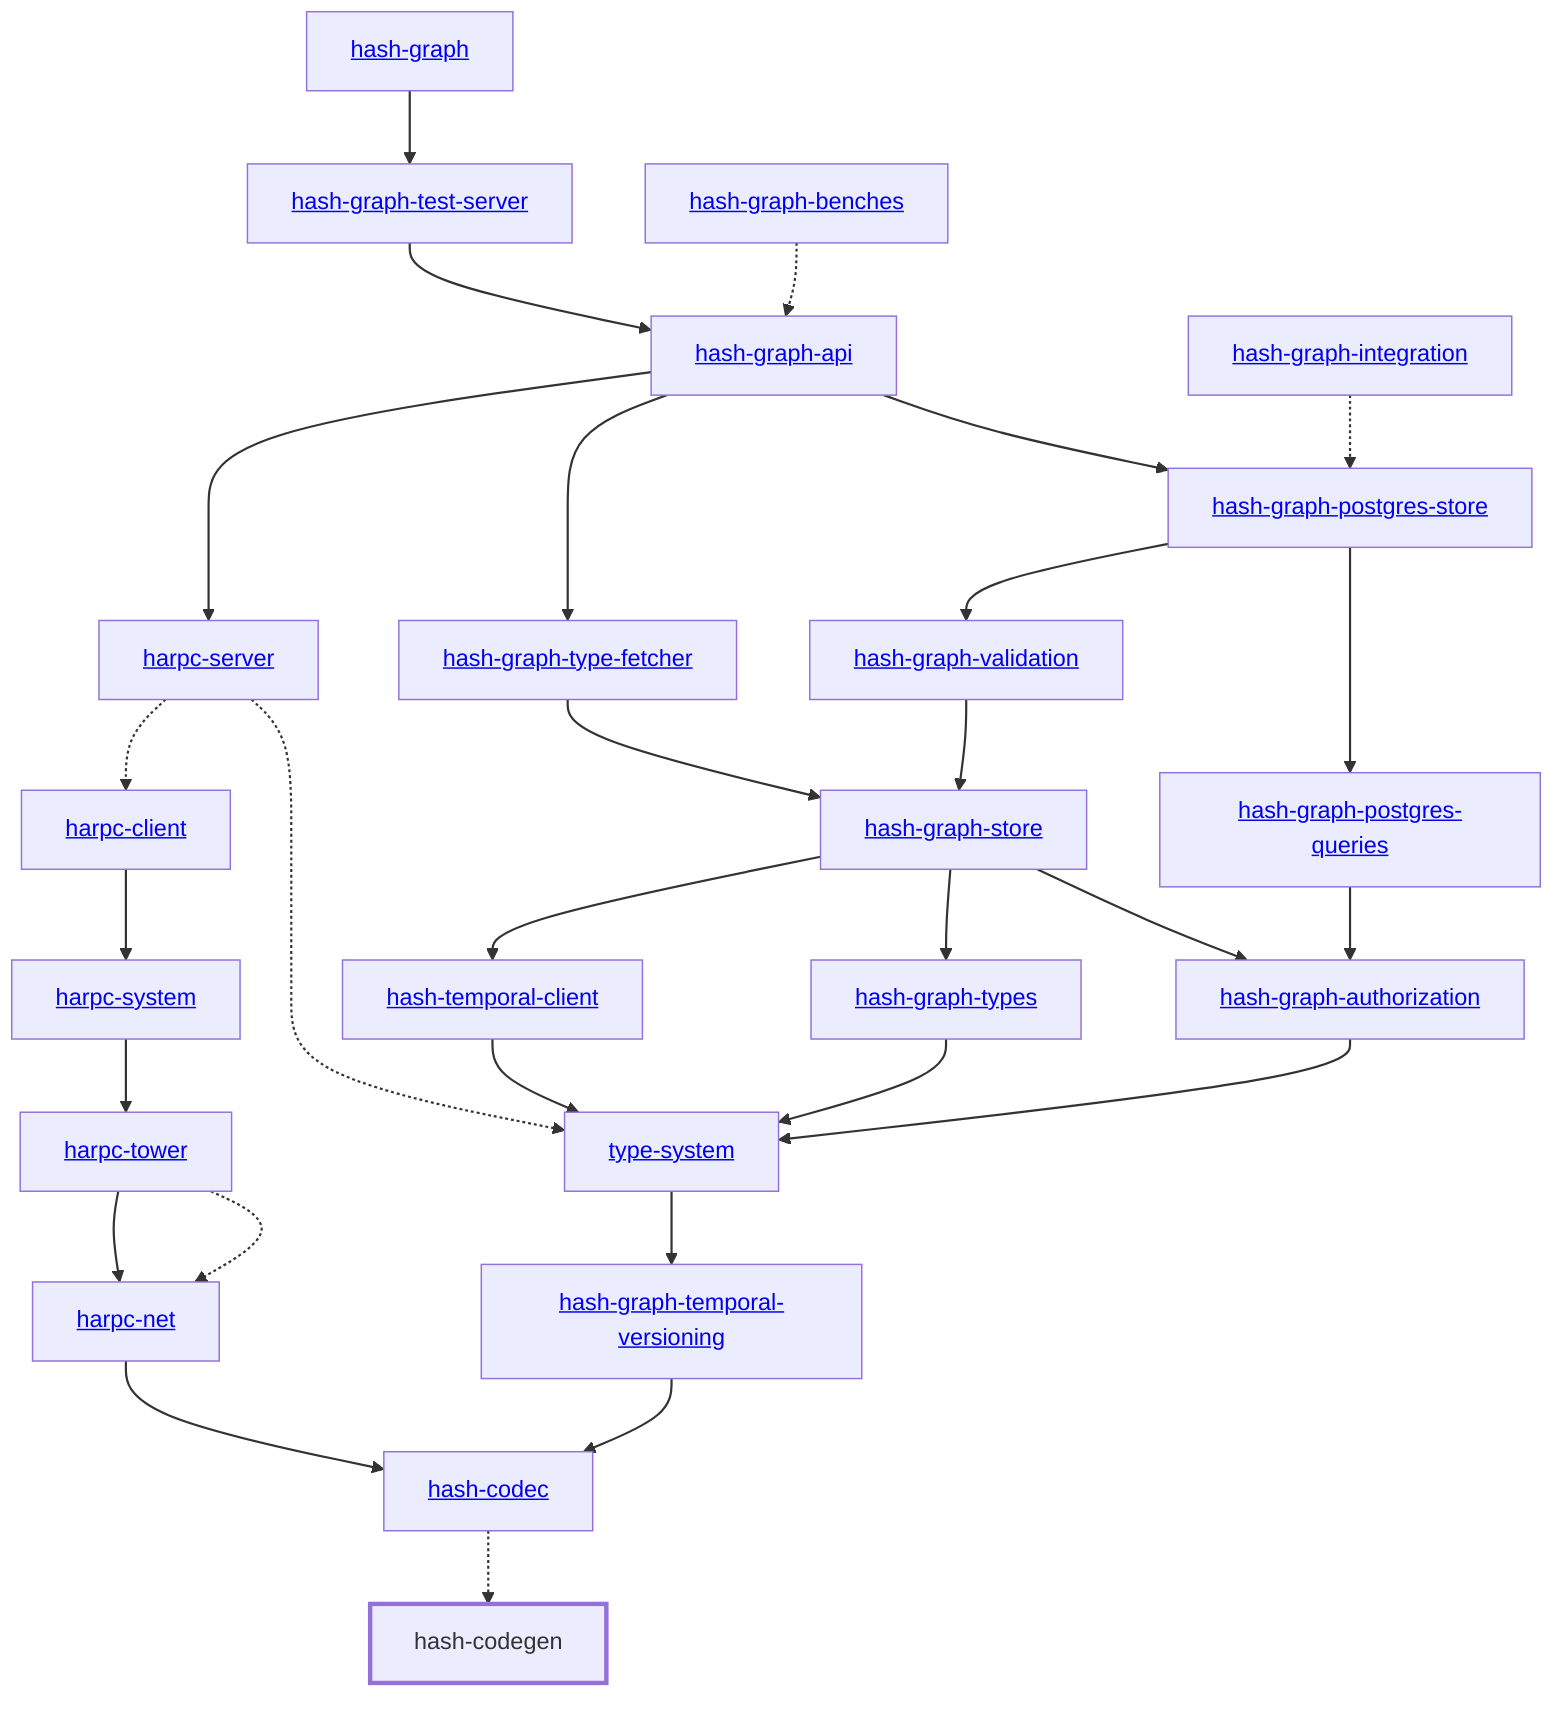
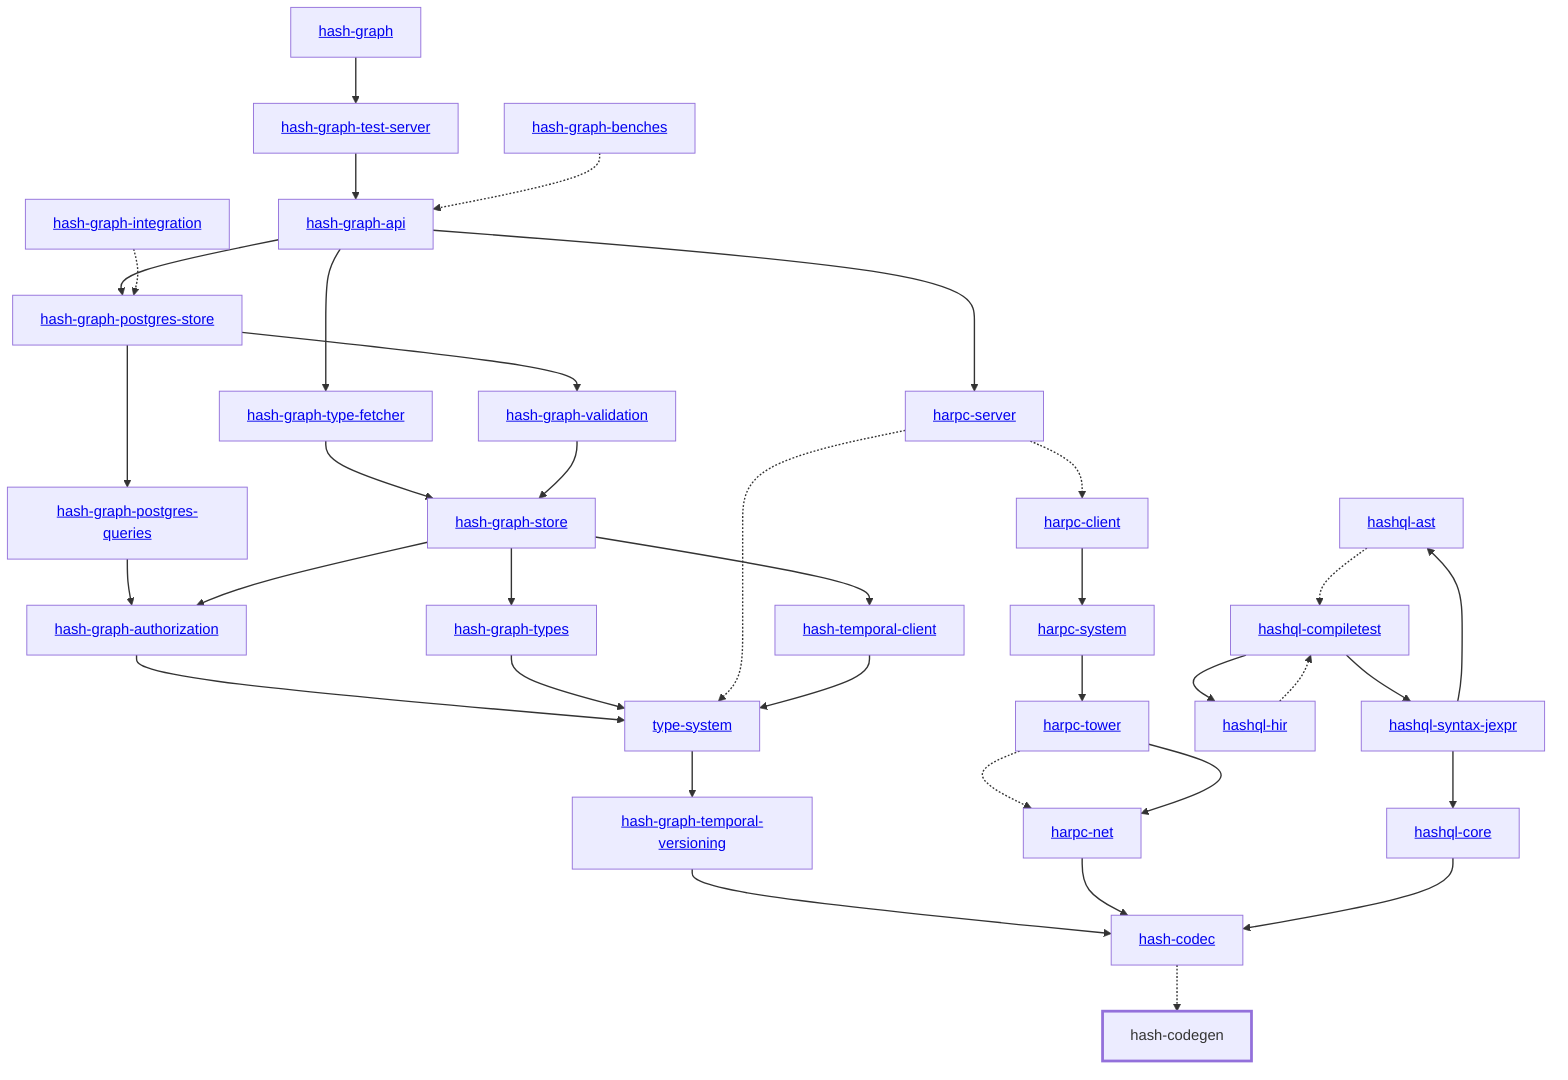
graph TD
    linkStyle default stroke-width:1.5px
    classDef default stroke-width:1px
    classDef root stroke-width:3px
    classDef dev stroke-width:1px
    classDef build stroke-width:1px
    %% Legend
    %% --> : Normal dependency
    %% -.-> : Dev dependency
    %% ---> : Build dependency
    0[<a href="../hash_graph">hash-graph</a>]
    1[<a href="../type_system">type-system</a>]
    2[<a href="../hash_codec">hash-codec</a>]
    3[hash-codegen]
    class 3 root
    4[<a href="../hash_graph_api">hash-graph-api</a>]
    5[<a href="../hash_graph_authorization">hash-graph-authorization</a>]
    6[<a href="../hash_graph_postgres_queries">hash-graph-postgres-queries</a>]
    7[<a href="../hash_graph_postgres_store">hash-graph-postgres-store</a>]
    8[<a href="../hash_graph_store">hash-graph-store</a>]
    9[<a href="../hash_graph_temporal_versioning">hash-graph-temporal-versioning</a>]
    10[<a href="../hash_graph_test_server">hash-graph-test-server</a>]
    11[<a href="../hash_graph_type_fetcher">hash-graph-type-fetcher</a>]
    12[<a href="../hash_graph_types">hash-graph-types</a>]
    13[<a href="../hash_graph_validation">hash-graph-validation</a>]
    14[<a href="../harpc_client">harpc-client</a>]
    15[<a href="../harpc_net">harpc-net</a>]
    16[<a href="../harpc_server">harpc-server</a>]
    17[<a href="../harpc_system">harpc-system</a>]
    18[<a href="../harpc_tower">harpc-tower</a>]
-     19[<a href="../hash_temporal_client">hash-temporal-client</a>]
-     20[<a href="../hash_graph_benches">hash-graph-benches</a>]
-     21[<a href="../hash_graph_integration">hash-graph-integration</a>]
+     19[<a href="../hashql_ast">hashql-ast</a>]
+     20[<a href="../hashql_compiletest">hashql-compiletest</a>]
+     21[<a href="../hashql_core">hashql-core</a>]
+     22[<a href="../hashql_hir">hashql-hir</a>]
+     23[<a href="../hashql_syntax_jexpr">hashql-syntax-jexpr</a>]
+     24[<a href="../hash_temporal_client">hash-temporal-client</a>]
+     25[<a href="../hash_graph_benches">hash-graph-benches</a>]
+     26[<a href="../hash_graph_integration">hash-graph-integration</a>]
    0 --> 10
    1 --> 9
    2 -.-> 3
    4 --> 7
    4 --> 11
    4 --> 16
    5 --> 1
    6 --> 5
    7 --> 6
    7 --> 13
    8 --> 5
    8 --> 12
-     8 --> 19
+     8 --> 24
    9 --> 2
    10 --> 4
    11 --> 8
    12 --> 1
    13 --> 8
    14 --> 17
    15 --> 2
    16 -.-> 1
    16 -.-> 14
    17 --> 18
    18 -.-> 15
    18 --> 15
-     19 --> 1
-     20 -.-> 4
-     21 -.-> 7
+     19 -.-> 20
+     20 --> 22
+     20 --> 23
+     21 --> 2
+     22 -.-> 20
+     23 --> 19
+     23 --> 21
+     24 --> 1
+     25 -.-> 4
+     26 -.-> 7
